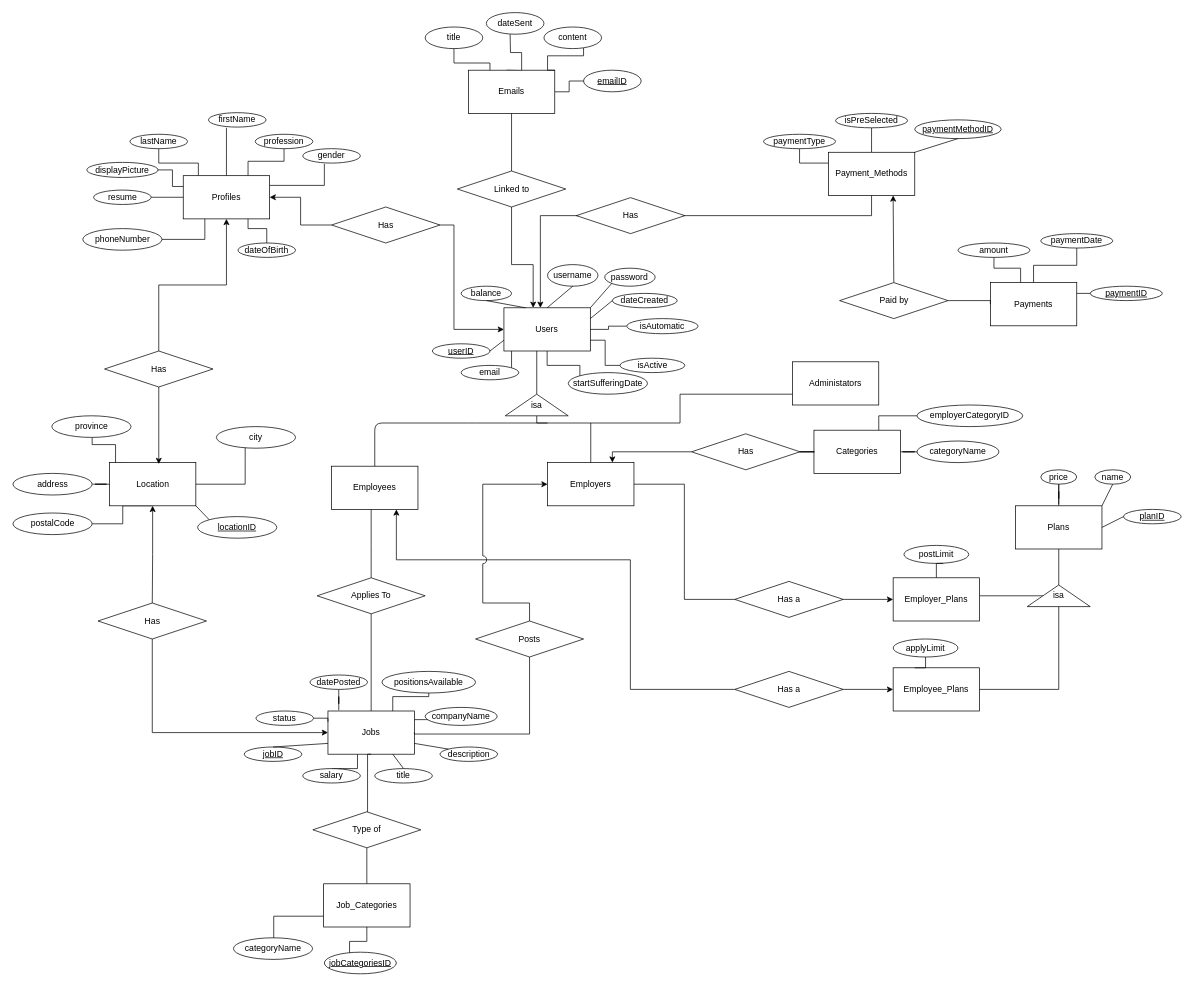
This is docs/comp-353-project-ER.drawio from gordonpn/web-career-portal-clone, a draw.io file, before an edit. Source tidied: cells renumbered, new cells numbered last; positions are measured from the earlier drawing's top-left corner, leaving out a move shared by most shapes. Both pictures are drawn from the tidied source at 72%, with x=0, y=0 at pixel (13, 12).
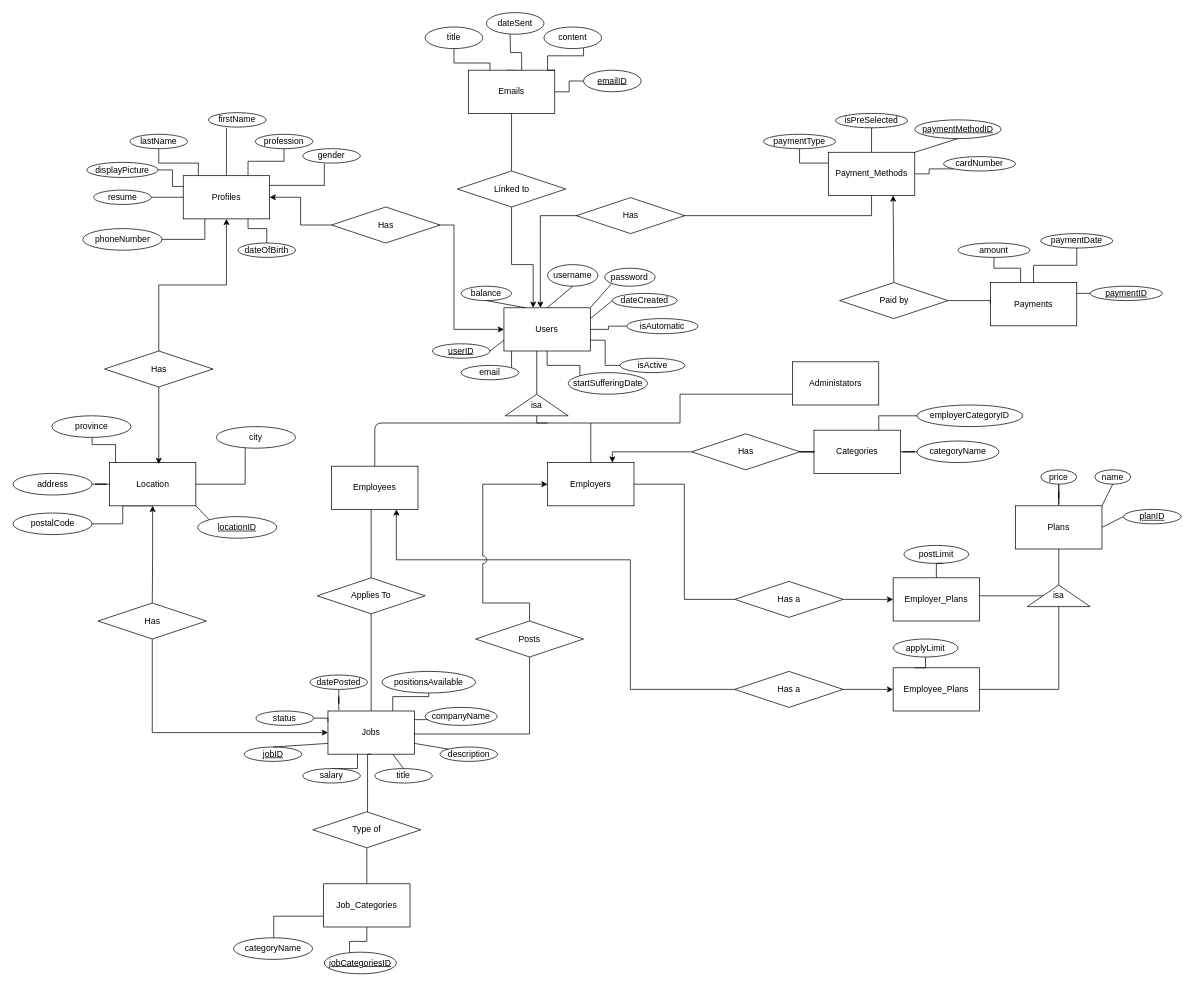
After the change.

Commit message (it also covers changes not shown here):
Add cardNumber to PaymentMethod

The change refers to these unchanged cells:
```xml
<mxCell id="88" value="Payment_Methods" style="rounded=0;whiteSpace=wrap;html=1;" parent="1" vertex="1">
  <mxGeometry x="1132" y="194" width="120" height="60" as="geometry" />
</mxCell>
```

Diff of the diagram source:
```diff
@@
+    <mxCell id="165" style="edgeStyle=orthogonalEdgeStyle;rounded=0;jettySize=auto;html=1;entryX=0;entryY=1;entryDx=0;entryDy=0;startArrow=none;startFill=0;endArrow=none;endFill=0;" parent="1" edge="1" source="88" target="166">
+      <mxGeometry relative="1" as="geometry" />
+    </mxCell>
@@
+    <mxCell id="166" value="cardNumber" style="ellipse;whiteSpace=wrap;html=1;" parent="1" vertex="1">
+      <mxGeometry x="1292" y="200" width="100" height="20" as="geometry" />
+    </mxCell>
```
